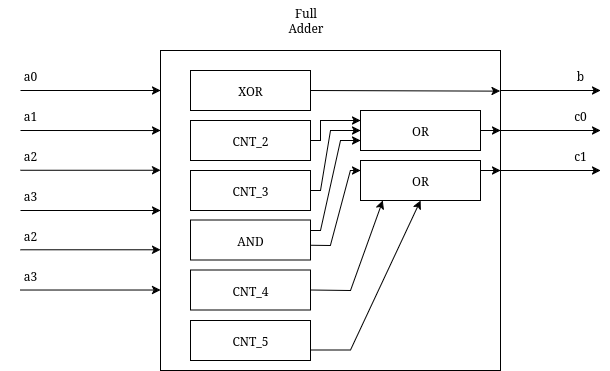
Earlier version of the draw.io export docs/img/full_adder.png (wanga158-mcmaster/four_input_adder). Source tidied: cells renumbered, new cells last; positions are measured from the earlier drawing's top-left corner, leaving out a move shared by most shapes.
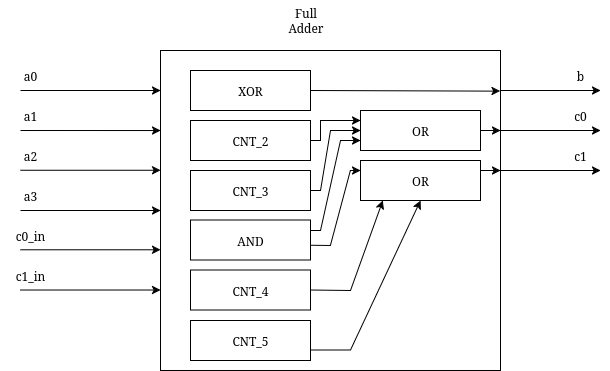
After the change.

Change to the diagram source:
```diff
@@ -83,10 +83,10 @@
         <mxPoint x="160" y="289.5" as="targetPoint" />
       </mxGeometry>
     </mxCell>
-    <mxCell id="20" value="&lt;div&gt;a2&lt;/div&gt;" style="text;html=1;align=center;verticalAlign=middle;whiteSpace=wrap;rounded=0;" parent="1" vertex="1">
+    <mxCell id="20" value="c0_in" style="text;html=1;align=center;verticalAlign=middle;whiteSpace=wrap;rounded=0;" parent="1" vertex="1">
       <mxGeometry y="219.5" width="60" height="30" as="geometry" />
     </mxCell>
-    <mxCell id="21" value="&lt;div&gt;a3&lt;/div&gt;" style="text;html=1;align=center;verticalAlign=middle;whiteSpace=wrap;rounded=0;" parent="1" vertex="1">
+    <mxCell id="21" value="c1_in" style="text;html=1;align=center;verticalAlign=middle;whiteSpace=wrap;rounded=0;" parent="1" vertex="1">
       <mxGeometry y="259.5" width="60" height="30" as="geometry" />
     </mxCell>
     <mxCell id="22" value="XOR" style="rounded=0;whiteSpace=wrap;html=1;" parent="1" vertex="1">
```
